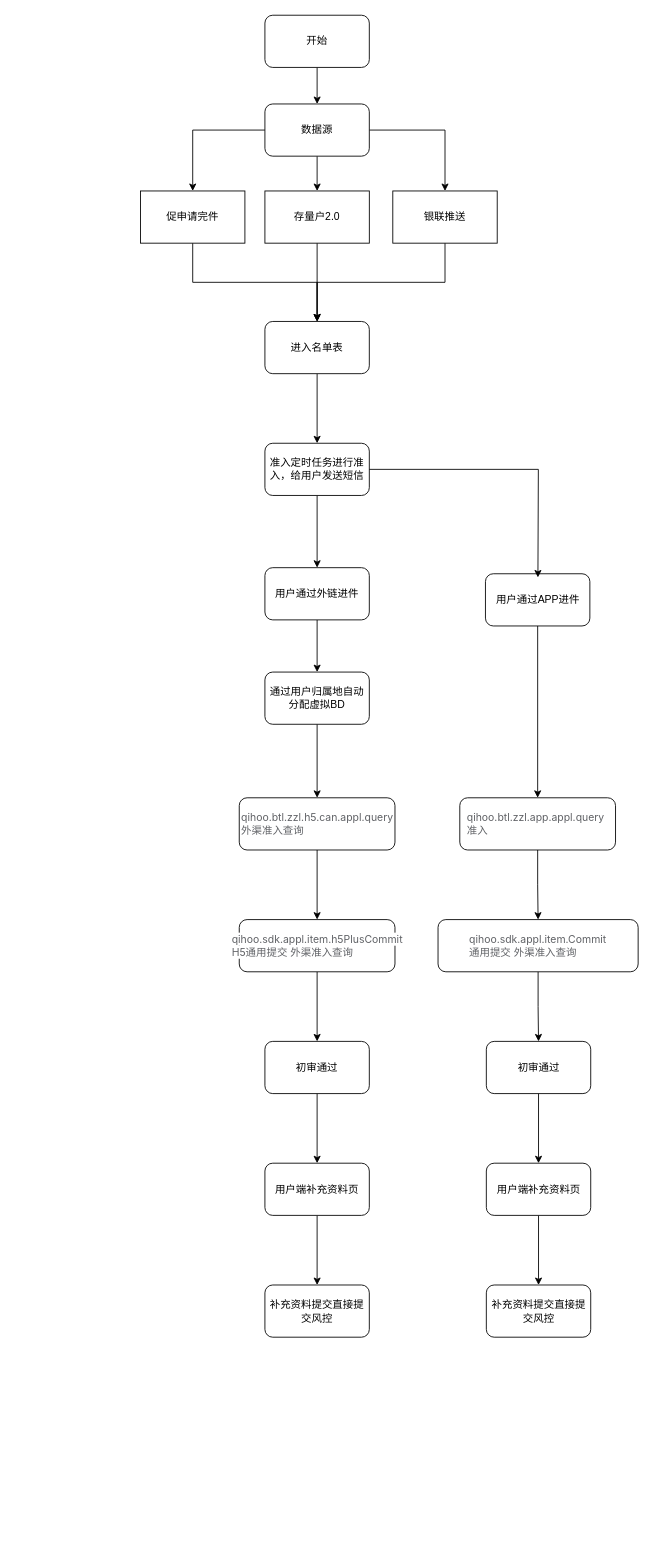
This is 全直通流程.drawio from slayerlwx/processImg, a draw.io file, before an edit. Source tidied: cells renumbered, new cells numbered last; positions are measured from the earlier drawing's top-left corner, leaving out a move shared by most shapes. Both pictures are drawn from the tidied source at 87%, with x=0, y=0 at pixel (140, 15).
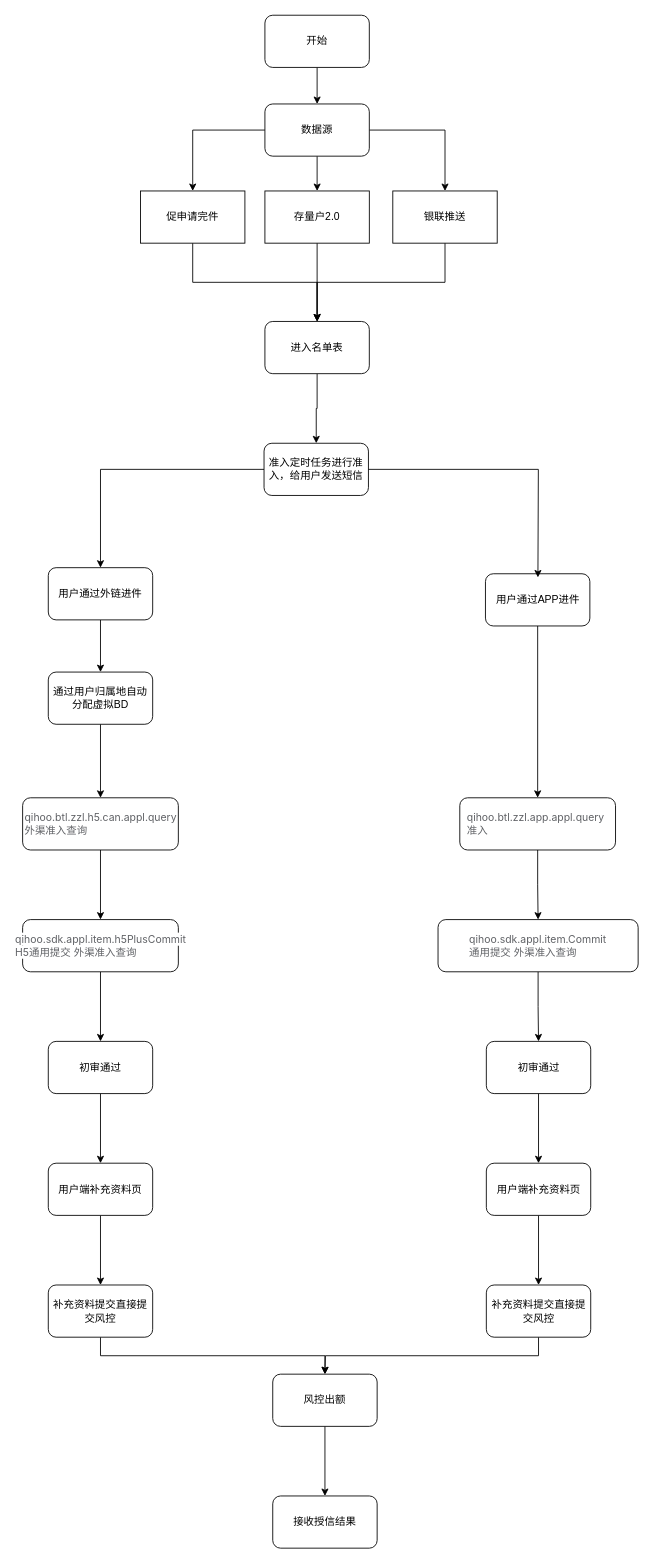
The same diagram, later.

Commit message:
更新全直通流程.drawio

Unchanged cells that the change refers to:
```xml
<mxCell id="41" value="补充资料提交直接提交风控" style="whiteSpace=wrap;html=1;rounded=1;" parent="1" vertex="1">
  <mxGeometry x="397.5" y="1459.5" width="120" height="60" as="geometry" />
</mxCell>
```

The edit, as a diff of the source:
```diff
@@
     <mxCell id="7" value="通过用户归属地自动分配虚拟BD" style="rounded=1;whiteSpace=wrap;html=1;" parent="1" vertex="1">
-      <mxGeometry x="143" y="755" width="120" height="60" as="geometry" />
+      <mxGeometry x="-106" y="755" width="120" height="60" as="geometry" />
     </mxCell>
@@
     <mxCell id="9" value="&lt;span style=&quot;color: rgb(96, 98, 102); font-family: -apple-system, BlinkMacSystemFont, &amp;quot;Segoe UI&amp;quot;, &amp;quot;PingFang SC&amp;quot;, &amp;quot;Hiragino Sans GB&amp;quot;, &amp;quot;Microsoft YaHei&amp;quot;, &amp;quot;Helvetica Neue&amp;quot;, Helvetica, Arial, sans-serif, &amp;quot;Apple Color Emoji&amp;quot;, &amp;quot;Segoe UI Emoji&amp;quot;, &amp;quot;Segoe UI Symbol&amp;quot;; text-align: left; white-space-collapse: preserve; background-color: rgb(255, 255, 255);&quot;&gt;qihoo.btl.zzl.h5.can.appl.query&lt;/span&gt;&lt;div style=&quot;text-align: left;&quot;&gt;&lt;font face=&quot;-apple-system, BlinkMacSystemFont, Segoe UI, PingFang SC, Hiragino Sans GB, Microsoft YaHei, Helvetica Neue, Helvetica, Arial, sans-serif, Apple Color Emoji, Segoe UI Emoji, Segoe UI Symbol&quot; color=&quot;#606266&quot;&gt;&lt;span style=&quot;white-space-collapse: preserve; background-color: rgb(255, 255, 255);&quot;&gt;外渠准入查询&lt;/span&gt;&lt;/font&gt;&lt;/div&gt;" style="whiteSpace=wrap;html=1;rounded=1;" parent="1" vertex="1">
-      <mxGeometry x="113.5" y="899.5" width="179" height="60" as="geometry" />
+      <mxGeometry x="-135.5" y="899.5" width="179" height="60" as="geometry" />
     </mxCell>
@@
     <mxCell id="11" value="&lt;div style=&quot;text-align: left;&quot;&gt;&lt;span style=&quot;color: rgb(96, 98, 102); font-family: -apple-system, BlinkMacSystemFont, &amp;quot;Segoe UI&amp;quot;, &amp;quot;PingFang SC&amp;quot;, &amp;quot;Hiragino Sans GB&amp;quot;, &amp;quot;Microsoft YaHei&amp;quot;, &amp;quot;Helvetica Neue&amp;quot;, Helvetica, Arial, sans-serif, &amp;quot;Apple Color Emoji&amp;quot;, &amp;quot;Segoe UI Emoji&amp;quot;, &amp;quot;Segoe UI Symbol&amp;quot;; white-space-collapse: preserve; background-color: rgb(255, 255, 255);&quot;&gt;qihoo.sdk.appl.item.h5PlusCommit&lt;/span&gt;&lt;/div&gt;&lt;div style=&quot;text-align: left;&quot;&gt;&lt;font face=&quot;-apple-system, BlinkMacSystemFont, Segoe UI, PingFang SC, Hiragino Sans GB, Microsoft YaHei, Helvetica Neue, Helvetica, Arial, sans-serif, Apple Color Emoji, Segoe UI Emoji, Segoe UI Symbol&quot; color=&quot;#606266&quot;&gt;&lt;span style=&quot;white-space-collapse: preserve; background-color: rgb(255, 255, 255);&quot;&gt;&lt;font class=&quot;__Cici__translate__ __Cici_translate_similar_text_content__&quot;&gt;H5通用提交 &lt;font style=&quot;display: inline-block;&quot; class=&quot;__Cici_translate_translated_inject_node__&quot;&gt;&lt;span&gt;外渠准入查询&lt;/span&gt;&lt;/font&gt;&lt;/font&gt;&lt;/span&gt;&lt;/font&gt;&lt;/div&gt;" style="whiteSpace=wrap;html=1;rounded=1;" parent="1" vertex="1">
-      <mxGeometry x="113.5" y="1039.5" width="179" height="60" as="geometry" />
+      <mxGeometry x="-135.5" y="1039.5" width="179" height="60" as="geometry" />
     </mxCell>
@@
     <mxCell id="13" value="初审通过" style="whiteSpace=wrap;html=1;rounded=1;" parent="1" vertex="1">
-      <mxGeometry x="143" y="1179.5" width="120" height="60" as="geometry" />
+      <mxGeometry x="-106" y="1179.5" width="120" height="60" as="geometry" />
     </mxCell>
@@
     <mxCell id="15" value="用户端补充资料页" style="whiteSpace=wrap;html=1;rounded=1;" parent="1" vertex="1">
-      <mxGeometry x="143" y="1319.5" width="120" height="60" as="geometry" />
+      <mxGeometry x="-106" y="1319.5" width="120" height="60" as="geometry" />
     </mxCell>
+    <mxCell id="43" style="edgeStyle=orthogonalEdgeStyle;rounded=0;jettySize=auto;html=1;exitX=0.5;exitY=1;exitDx=0;exitDy=0;entryX=0.5;entryY=0;entryDx=0;entryDy=0;" parent="1" edge="1" source="16" target="46">
+      <mxGeometry relative="1" as="geometry" />
+    </mxCell>
     <mxCell id="16" value="补充资料提交直接提交风控" style="whiteSpace=wrap;html=1;rounded=1;" parent="1" vertex="1">
-      <mxGeometry x="143" y="1459.5" width="120" height="60" as="geometry" />
+      <mxGeometry x="-106" y="1459.5" width="120" height="60" as="geometry" />
     </mxCell>
@@
     <mxCell id="18" value="准入定时任务进行准入，给用户发送短信" style="whiteSpace=wrap;html=1;rounded=1;" parent="1" vertex="1">
-      <mxGeometry x="143" y="492" width="120" height="60" as="geometry" />
+      <mxGeometry x="142" y="492" width="120" height="60" as="geometry" />
     </mxCell>
@@
     <mxCell id="20" value="用户通过外链进件" style="whiteSpace=wrap;html=1;rounded=1;" parent="1" vertex="1">
-      <mxGeometry x="143" y="635" width="120" height="60" as="geometry" />
+      <mxGeometry x="-106" y="635" width="120" height="60" as="geometry" />
     </mxCell>
@@
+    <mxCell id="44" style="edgeStyle=orthogonalEdgeStyle;rounded=0;jettySize=auto;html=1;exitX=0.5;exitY=1;exitDx=0;exitDy=0;" parent="1" edge="1" source="41">
+      <mxGeometry relative="1" as="geometry">
+        <mxPoint x="212" y="1562" as="targetPoint" />
+      </mxGeometry>
+    </mxCell>
@@
+    <mxCell id="45" style="edgeStyle=orthogonalEdgeStyle;rounded=0;jettySize=auto;html=1;" parent="1" edge="1" source="46" target="47">
+      <mxGeometry relative="1" as="geometry" />
+    </mxCell>
+    <mxCell id="46" value="风控出额" style="whiteSpace=wrap;html=1;rounded=1;" parent="1" vertex="1">
+      <mxGeometry x="152" y="1562" width="120" height="60" as="geometry" />
+    </mxCell>
+    <mxCell id="47" value="接收授信结果" style="whiteSpace=wrap;html=1;rounded=1;" parent="1" vertex="1">
+      <mxGeometry x="152" y="1702" width="120" height="60" as="geometry" />
+    </mxCell>
```
